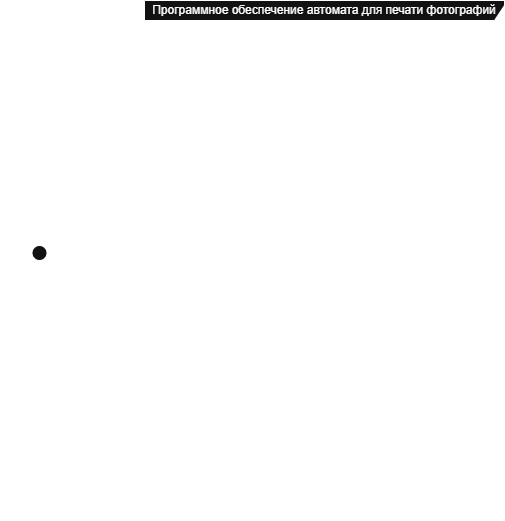
Earlier version of the draw.io export 05_11_ИР_UseCase_v1.1.1.drawio.png (andlargesoda/software-phptoprint). Source tidied: cells renumbered, new cells last; positions are measured from the earlier drawing's top-left corner, leaving out a move shared by most shapes.
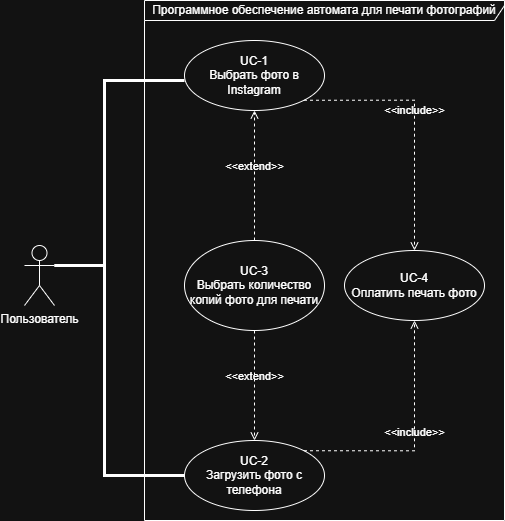
After the commit.

The edit, as a diff of the source:
```diff
@@ -1,17 +1,17 @@
-<mxGraphModel background="light-dark(#FFFFFF,transparent)">
+<mxGraphModel>
   <root>
     <mxCell id="0" />
     <mxCell id="1" parent="0" />
-    <mxCell id="2" value="UC-1&lt;div&gt;Выбрать фото в Instagram&lt;/div&gt;" style="ellipse;whiteSpace=wrap;html=1;fillColor=light-dark(#FFFFFF,transparent);" parent="1" vertex="1">
+    <mxCell id="2" value="UC-1&lt;div&gt;Выбрать фото в Instagram&lt;/div&gt;" style="ellipse;whiteSpace=wrap;html=1;" parent="1" vertex="1">
       <mxGeometry x="160" y="40" width="140" height="70" as="geometry" />
     </mxCell>
-    <mxCell id="3" value="UC-3&lt;div&gt;Выбрать количество копий фото для печати&lt;/div&gt;" style="ellipse;whiteSpace=wrap;html=1;fillColor=light-dark(#FFFFFF,transparent);" parent="1" vertex="1">
+    <mxCell id="3" value="UC-3&lt;div&gt;Выбрать количество копий фото для печати&lt;/div&gt;" style="ellipse;whiteSpace=wrap;html=1;" parent="1" vertex="1">
       <mxGeometry x="160" y="240" width="140" height="90" as="geometry" />
     </mxCell>
-    <mxCell id="4" value="UC-4&lt;div&gt;Оплатить печать фото&lt;/div&gt;" style="ellipse;whiteSpace=wrap;html=1;fillColor=light-dark(#FFFFFF,transparent);" parent="1" vertex="1">
+    <mxCell id="4" value="UC-4&lt;div&gt;Оплатить печать фото&lt;/div&gt;" style="ellipse;whiteSpace=wrap;html=1;" parent="1" vertex="1">
       <mxGeometry x="320" y="250" width="140" height="70" as="geometry" />
     </mxCell>
-    <mxCell id="5" value="UC-2&lt;div&gt;Загрузить фото с телефона&lt;/div&gt;" style="ellipse;whiteSpace=wrap;html=1;fillColor=light-dark(#FFFFFF,transparent);" parent="1" vertex="1">
+    <mxCell id="5" value="UC-2&lt;div&gt;Загрузить фото с телефона&lt;/div&gt;" style="ellipse;whiteSpace=wrap;html=1;" parent="1" vertex="1">
       <mxGeometry x="160" y="440" width="140" height="70" as="geometry" />
     </mxCell>
     <mxCell id="6" value="&amp;lt;&amp;lt;include&amp;gt;&amp;gt;" style="html=1;verticalAlign=bottom;labelBackgroundColor=none;endArrow=open;endFill=0;dashed=1;rounded=0;entryX=0.5;entryY=0;entryDx=0;entryDy=0;exitX=1;exitY=1;exitDx=0;exitDy=0;edgeStyle=orthogonalEdgeStyle;" parent="1" edge="1" source="2" target="4">
```
